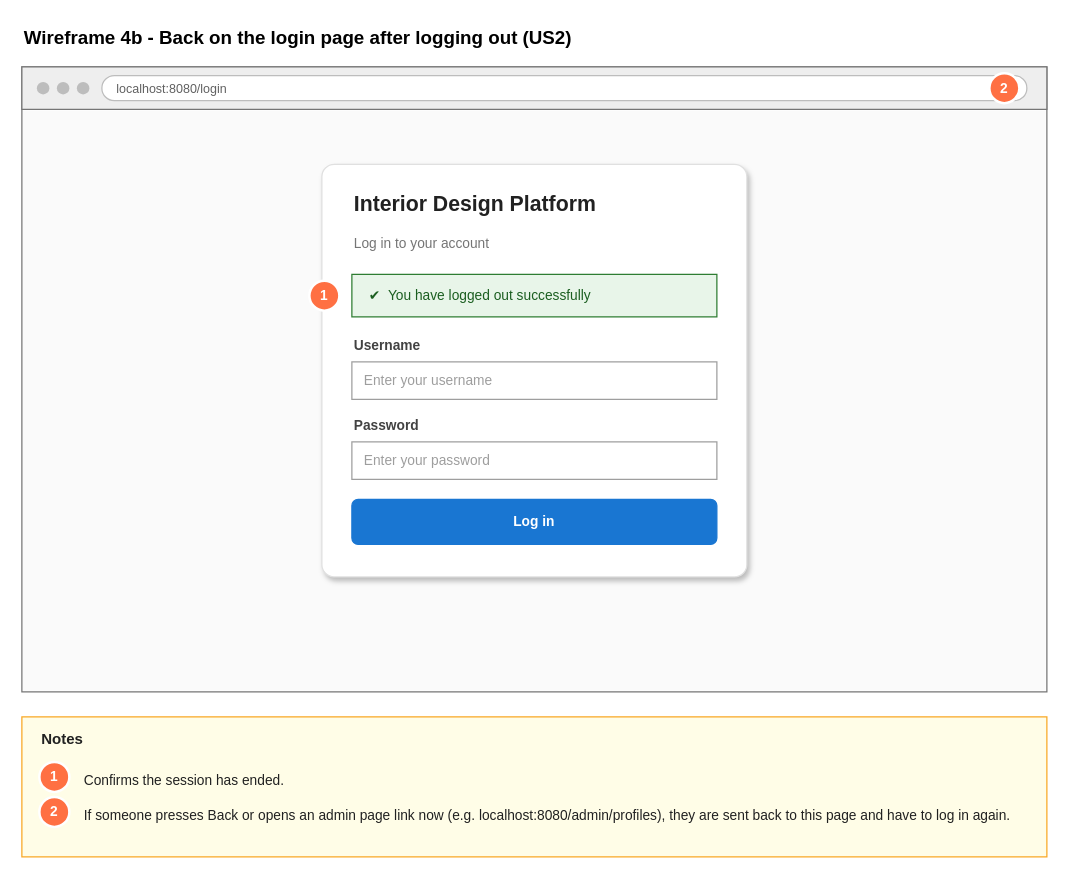
This is page "4b Wireframe - Logged out" (3 of 6) of Sprint_1/US2 - Log out/US2 Log out.drawio from Hanzxc/CSIT314-ARCHSS, a draw.io file, before an edit. Source tidied: cells renumbered, new cells numbered last; positions are measured from the earlier drawing's top-left corner, leaving out a move shared by most shapes. Both pictures are drawn from the tidied source at 125%, with x=0, y=0 at pixel (21, 21).
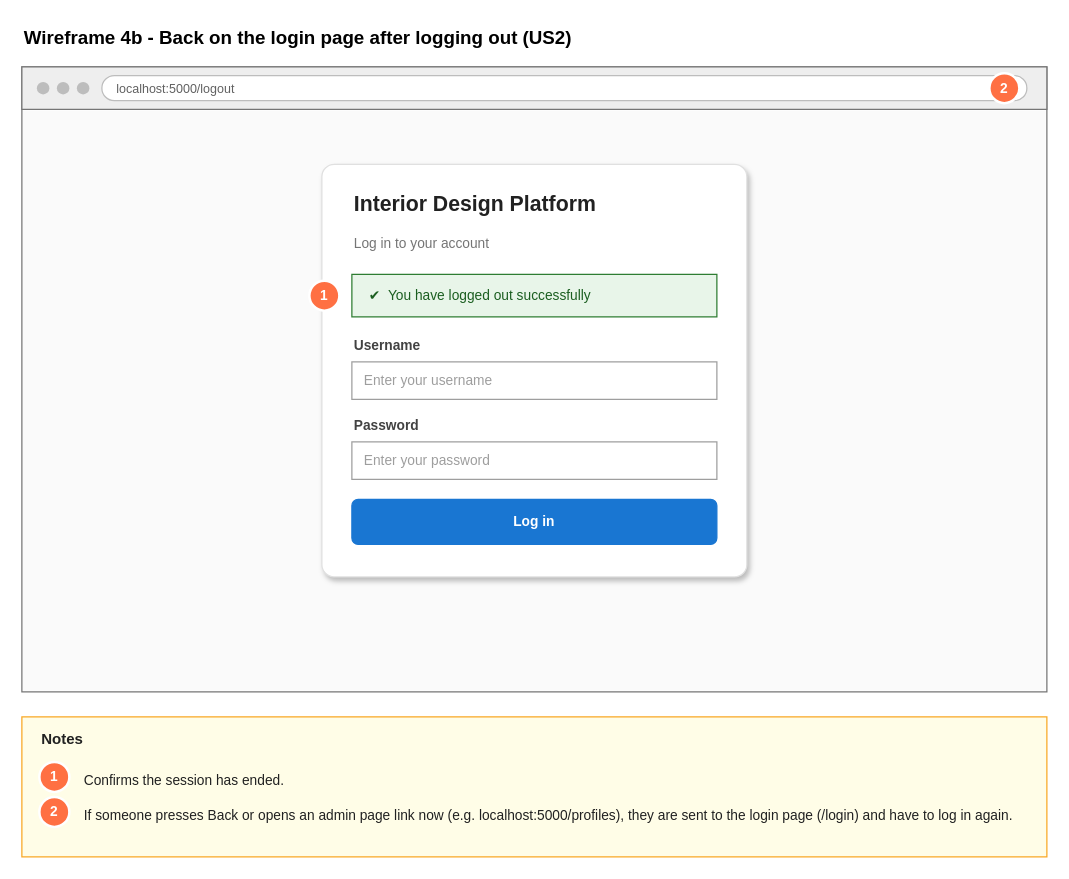
After the change.

Change to the diagram source:
```diff
@@
-    <mxCell id="8" value="localhost:8080/login" style="rounded=1;whiteSpace=wrap;html=1;fillColor=#FFFFFF;strokeColor=#BDBDBD;fontSize=10;fontColor=#616161;align=left;spacingLeft=10;arcSize=50;" parent="1" vertex="1">
+    <mxCell id="8" value="localhost:5000/logout" style="rounded=1;whiteSpace=wrap;html=1;fillColor=#FFFFFF;strokeColor=#BDBDBD;fontSize=10;fontColor=#616161;align=left;spacingLeft=10;arcSize=50;" parent="1" vertex="1">
       <mxGeometry x="64" y="43" width="740" height="20" as="geometry" />
     </mxCell>
@@
-    <mxCell id="26" value="If someone presses Back or opens an admin page link now (e.g. localhost:8080/admin/profiles), they are sent back to this page and have to log in again." style="text;html=1;strokeColor=none;fillColor=none;align=left;verticalAlign=top;whiteSpace=wrap;fontSize=11;fontColor=#212121;spacingLeft=0;spacingRight=0;" parent="1" vertex="1">
+    <mxCell id="26" value="If someone presses Back or opens an admin page link now (e.g. localhost:5000/profiles), they are sent to the login page (/login) and have to log in again." style="text;html=1;strokeColor=none;fillColor=none;align=left;verticalAlign=top;whiteSpace=wrap;fontSize=11;fontColor=#212121;spacingLeft=0;spacingRight=0;" parent="1" vertex="1">
       <mxGeometry x="48" y="622" width="756" height="36" as="geometry" />
     </mxCell>
```
